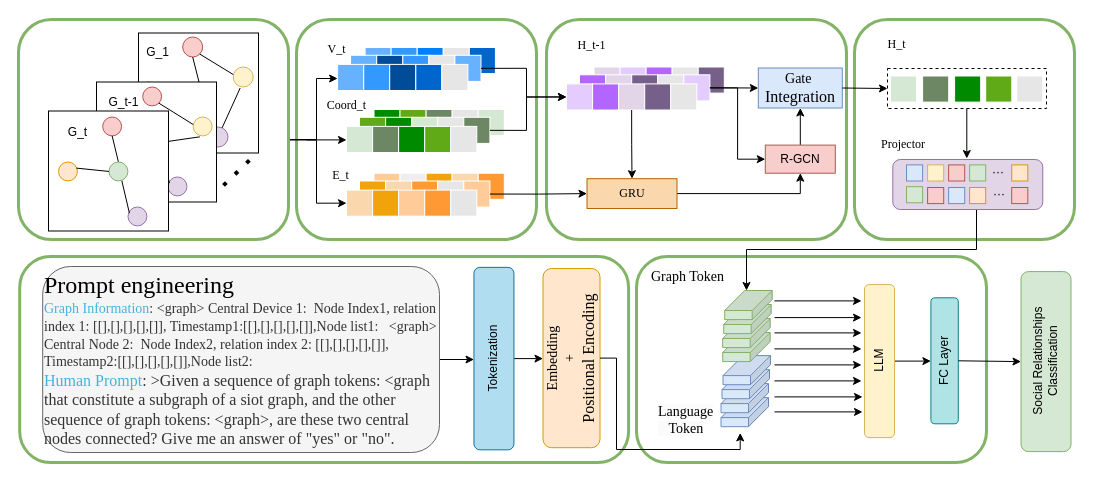
This is 未命名绘图.drawio from hzb29/hzb29, a draw.io file, before an edit. Source tidied: cells renumbered, new cells numbered last; positions are measured from the earlier drawing's top-left corner, leaving out a move shared by most shapes. Both pictures are drawn from the tidied source at 100%, with x=0, y=0 at pixel (18, 19). Pictures stored in the file or linked from it are replaced by grey dashed boxes.
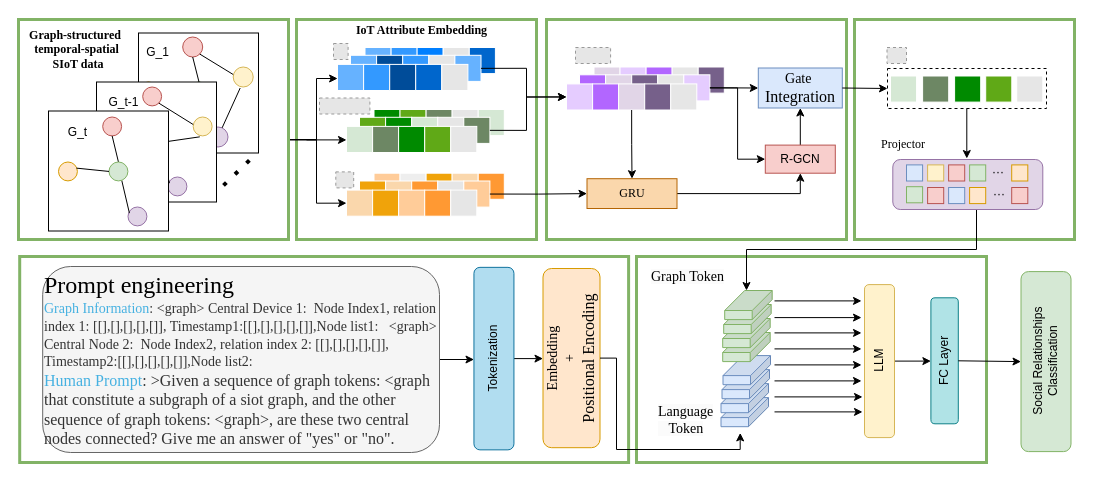
The same diagram, later.

Commit message:
更新未命名绘图.drawio

The change refers to these unchanged cells:
```xml
<mxCell id="126" style="group;" parent="1" vertex="1">
  <mxGeometry x="328" y="153.7" width="157.8" height="43" as="geometry" />
</mxCell>
```

Diff of the diagram source:
```diff
@@
-    <mxCell id="6" style="rounded=1;whiteSpace=wrap;html=1;fillColor=none;strokeColor=#82b366;strokeWidth=3;" parent="1" vertex="1">
+    <mxCell id="6" style="rounded=0;whiteSpace=wrap;html=1;fillColor=none;strokeColor=#82b366;strokeWidth=3;" parent="1" vertex="1">
       <mxGeometry x="618" y="237" width="350" height="206" as="geometry" />
     </mxCell>
@@
-    <mxCell id="10" style="rounded=1;whiteSpace=wrap;html=1;fillColor=none;strokeColor=#82b366;strokeWidth=3;" parent="1" vertex="1">
+    <mxCell id="10" style="rounded=0;whiteSpace=wrap;html=1;fillColor=none;strokeColor=#82b366;strokeWidth=3;" parent="1" vertex="1">
       <mxGeometry x="836" width="220" height="220" as="geometry" />
     </mxCell>
-    <mxCell id="11" style="rounded=1;whiteSpace=wrap;html=1;fillColor=none;strokeColor=#82b366;strokeWidth=3;" parent="1" vertex="1">
+    <mxCell id="11" style="rounded=0;whiteSpace=wrap;html=1;fillColor=none;strokeColor=#82b366;strokeWidth=3;" parent="1" vertex="1">
       <mxGeometry x="528" width="300" height="220" as="geometry" />
     </mxCell>
-    <mxCell id="12" style="rounded=1;whiteSpace=wrap;html=1;fillColor=none;strokeColor=#82b366;strokeWidth=3;" parent="1" vertex="1">
+    <mxCell id="12" style="rounded=0;whiteSpace=wrap;html=1;fillColor=none;strokeColor=#82b366;strokeWidth=3;" parent="1" vertex="1">
       <mxGeometry x="278" width="240" height="220" as="geometry" />
     </mxCell>
@@
-    <mxCell id="14" style="rounded=1;whiteSpace=wrap;html=1;fillColor=none;strokeColor=#82b366;strokeWidth=3;" parent="1" vertex="1">
+    <mxCell id="14" style="rounded=0;whiteSpace=wrap;html=1;fillColor=none;strokeColor=#82b366;strokeWidth=3;" parent="1" vertex="1">
       <mxGeometry x="1.2" y="237" width="608.9" height="206" as="geometry" />
     </mxCell>
@@
-    <mxCell id="17" style="rounded=1;whiteSpace=wrap;html=1;fillColor=none;strokeColor=#82b366;strokeWidth=3;" parent="1" vertex="1">
+    <mxCell id="17" style="rounded=0;whiteSpace=wrap;html=1;fillColor=none;strokeColor=#82b366;strokeWidth=3;" parent="1" vertex="1">
       <mxGeometry width="270" height="220" as="geometry" />
     </mxCell>
-    <mxCell id="18" value="&lt;font face=&quot;Times New Roman&quot;&gt;Coord_t&lt;/font&gt;" style="text;html=1;align=center;verticalAlign=middle;strokeColor=none;fillColor=none;" parent="1" vertex="1">
-      <mxGeometry x="298" y="71" width="60" height="30" as="geometry" />
-    </mxCell>
@@
     <mxCell id="67" style="group;" parent="1" vertex="1">
-      <mxGeometry x="319.1" y="28" width="157.8" height="43" as="geometry" />
+      <mxGeometry x="319" y="28" width="157.9" height="43" as="geometry" />
     </mxCell>
@@
     <mxCell id="69" style="whiteSpace=wrap;html=1;fillColor=#3399FF;strokeColor=#FFFFFF;" parent="67" vertex="1">
-      <mxGeometry x="53.5" width="26.1" height="26.1" as="geometry" />
+      <mxGeometry x="53.6" width="26.1" height="26.1" as="geometry" />
     </mxCell>
@@
     <mxCell id="72" style="whiteSpace=wrap;html=1;fillColor=#E6E6E6;strokeColor=#FFFFFF;" parent="67" vertex="1">
-      <mxGeometry x="105.6" width="26.1" height="26.1" as="geometry" />
+      <mxGeometry x="105.7" width="26.1" height="26.1" as="geometry" />
     </mxCell>
     <mxCell id="73" style="whiteSpace=wrap;html=1;fillColor=#0066CC;strokeColor=#FFFFFF;" parent="67" vertex="1">
-      <mxGeometry x="131.7" width="26.1" height="26.1" as="geometry" />
+      <mxGeometry x="131.8" width="26.1" height="26.1" as="geometry" />
     </mxCell>
@@
     <mxCell id="78" style="whiteSpace=wrap;html=1;fillColor=#E6E6E6;strokeColor=#FFFFFF;" parent="67" vertex="1">
-      <mxGeometry x="91.2" y="7.8" width="26.1" height="26.1" as="geometry" />
+      <mxGeometry x="91.3" y="7.8" width="26.1" height="26.1" as="geometry" />
     </mxCell>
     <mxCell id="79" style="whiteSpace=wrap;html=1;fillColor=#66B2FF;strokeColor=#FFFFFF;" parent="67" vertex="1">
-      <mxGeometry x="117.3" y="7.8" width="26.1" height="26.1" as="geometry" />
+      <mxGeometry x="117.4" y="7.8" width="26.1" height="26.1" as="geometry" />
     </mxCell>
@@
     <mxCell id="83" style="whiteSpace=wrap;html=1;fillColor=#004C99;strokeColor=#FFFFFF;" parent="67" vertex="1">
-      <mxGeometry x="52.1" y="16.9" width="26.1" height="26.1" as="geometry" />
+      <mxGeometry x="52.2" y="16.9" width="26.1" height="26.1" as="geometry" />
     </mxCell>
@@
     <mxCell id="85" style="whiteSpace=wrap;html=1;fillColor=#E6E6E6;strokeColor=#FFFFFF;" parent="67" vertex="1">
-      <mxGeometry x="104.2" y="16.9" width="26.1" height="26.1" as="geometry" />
+      <mxGeometry x="104.3" y="16.9" width="26.1" height="26.1" as="geometry" />
     </mxCell>
-    <mxCell id="86" value="&lt;font face=&quot;Times New Roman&quot;&gt;V_t&lt;/font&gt;" style="text;html=1;align=center;verticalAlign=middle;strokeColor=none;fillColor=none;" parent="67" vertex="1">
-      <mxGeometry x="-21.1" y="-13.1" width="40" height="30" as="geometry" />
-    </mxCell>
+    <mxCell id="187" style="fillColor=#E6E6E6;strokeColor=#999999;dashed=1;verticalLabelPosition=bottom;labelBackgroundColor=default;verticalAlign=top;" parent="67" vertex="1">
+      <mxGeometry x="-4" y="-4" width="14.6" height="16" as="geometry" />
+    </mxCell>
@@
-    <mxCell id="125" value="&lt;font face=&quot;Times New Roman&quot;&gt;H_t-1&lt;/font&gt;" style="text;html=1;align=center;verticalAlign=middle;strokeColor=none;fillColor=none;" parent="1" vertex="1">
-      <mxGeometry x="548" y="11" width="50" height="30" as="geometry" />
-    </mxCell>
@@
-    <mxCell id="145" value="&lt;font face=&quot;Times New Roman&quot;&gt;E_t&lt;/font&gt;" style="text;html=1;align=center;verticalAlign=middle;strokeColor=none;fillColor=none;" parent="126" vertex="1">
-      <mxGeometry x="-25.9" y="-13.1" width="40" height="30" as="geometry" />
-    </mxCell>
@@
-    <mxCell id="155" value="&lt;font face=&quot;Times New Roman&quot;&gt;H_t&lt;/font&gt;" style="text;html=1;align=center;verticalAlign=middle;strokeColor=none;fillColor=none;" parent="1" vertex="1">
-      <mxGeometry x="858.1" y="10" width="40" height="30" as="geometry" />
-    </mxCell>
@@
+    <mxCell id="188" value="&lt;font face=&quot;Times New Roman&quot;&gt;&lt;b&gt;Graph-structured&amp;nbsp;&lt;/b&gt;&lt;/font&gt;&lt;div&gt;&lt;font face=&quot;Times New Roman&quot;&gt;&lt;b&gt;temporal-spatial&lt;/b&gt;&lt;/font&gt;&lt;/div&gt;&lt;div&gt;&lt;font face=&quot;Times New Roman&quot;&gt;&lt;b&gt;&amp;nbsp;SIoT data&lt;/b&gt;&lt;/font&gt;&lt;/div&gt;" style="text;html=1;align=center;verticalAlign=middle;strokeColor=none;fillColor=none;" parent="1" vertex="1">
+      <mxGeometry x="1.2" y="2.5" width="113" height="54" as="geometry" />
+    </mxCell>
+    <mxCell id="189" style="fillColor=#E6E6E6;strokeColor=#999999;dashed=1;verticalLabelPosition=bottom;labelBackgroundColor=default;verticalAlign=top;" parent="1" vertex="1">
+      <mxGeometry x="301" y="78.5" width="50.4" height="16" as="geometry" />
+    </mxCell>
+    <mxCell id="190" style="fillColor=#E6E6E6;strokeColor=#999999;dashed=1;verticalLabelPosition=bottom;labelBackgroundColor=default;verticalAlign=top;" parent="1" vertex="1">
+      <mxGeometry x="317.3" y="152.4" width="17.9" height="16" as="geometry" />
+    </mxCell>
+    <mxCell id="191" style="fillColor=#E6E6E6;strokeColor=#999999;dashed=1;verticalLabelPosition=bottom;labelBackgroundColor=default;verticalAlign=top;" parent="1" vertex="1">
+      <mxGeometry x="557" y="28" width="35.1" height="16" as="geometry" />
+    </mxCell>
+    <mxCell id="192" style="fillColor=#E6E6E6;strokeColor=#999999;dashed=1;verticalLabelPosition=bottom;labelBackgroundColor=default;verticalAlign=top;" parent="1" vertex="1">
+      <mxGeometry x="868.5" y="28" width="19.5" height="16" as="geometry" />
+    </mxCell>
+    <mxCell id="193" value="&lt;b&gt;&lt;font face=&quot;Times New Roman&quot;&gt;IoT Attribute Embedding&lt;/font&gt;&lt;/b&gt;" style="text;html=1;align=center;verticalAlign=middle;strokeColor=none;fillColor=none;" parent="1" vertex="1">
+      <mxGeometry x="328" y="-2" width="150" height="26" as="geometry" />
+    </mxCell>
```
